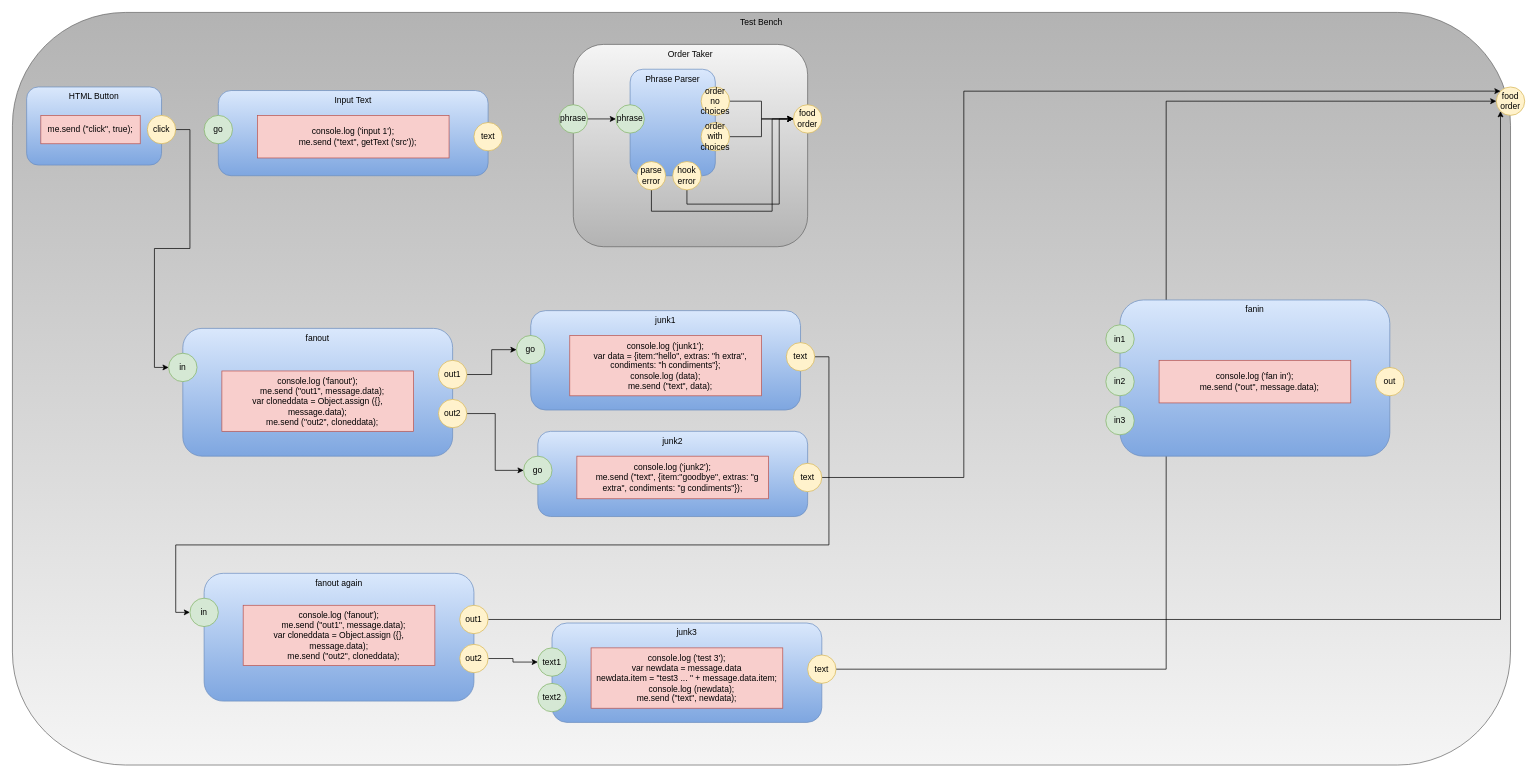
Earlier version of the draw.io diagram testbench.drawio (guitarvydas/hamburgerworkbenchD0D). Source tidied: cells renumbered, new cells numbered last; positions are measured from the earlier drawing's top-left corner, leaving out a move shared by most shapes. Both pictures are drawn from the tidied source at 71%, with x=0, y=0 at pixel (12, 12).
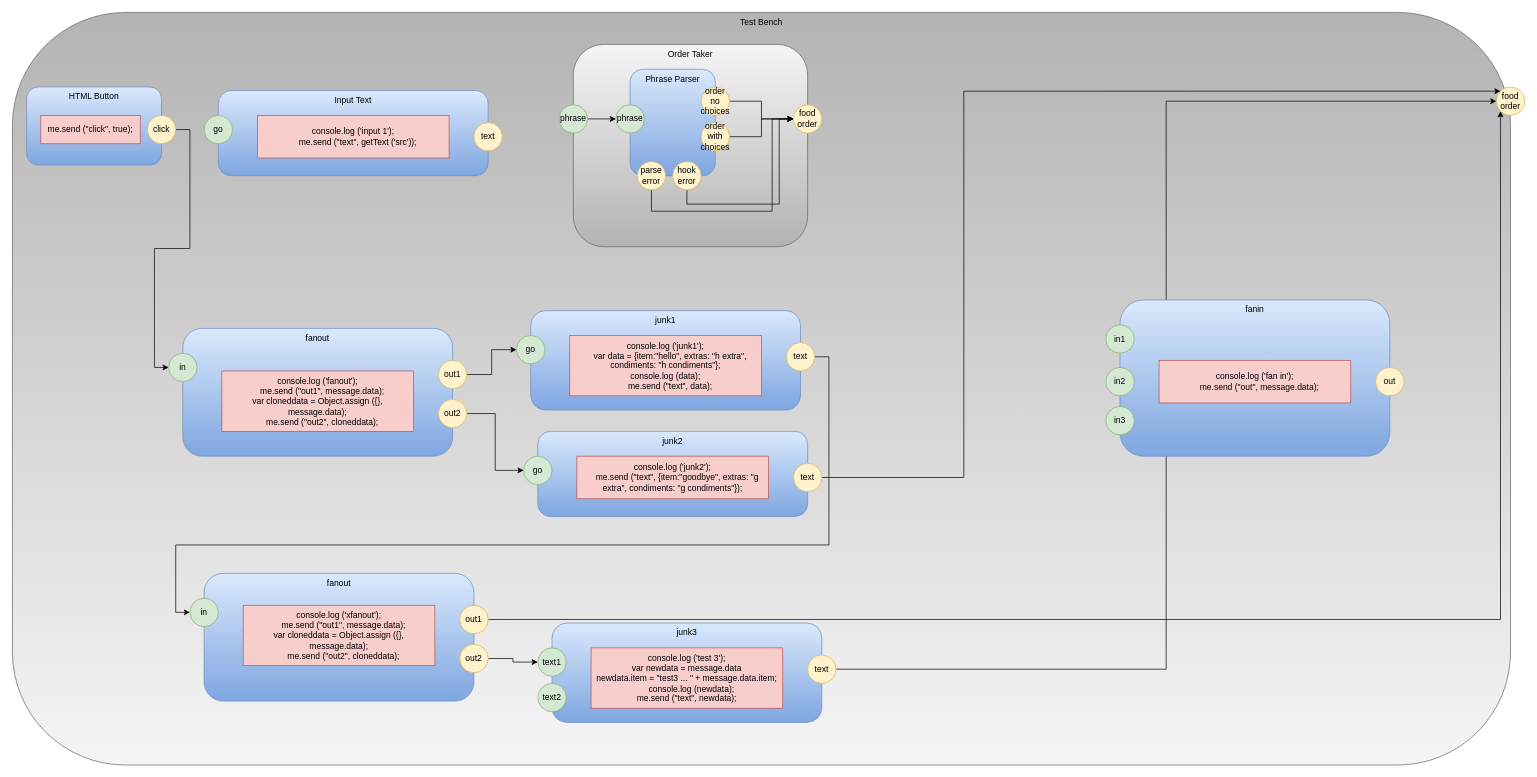
The same diagram, later.

The edit, as a diff of the source:
```diff
@@
-    <mxCell id="49" value="fanout again" style="rounded=1;whiteSpace=wrap;html=1;fillColor=#dae8fc;strokeColor=#6c8ebf;gradientColor=#7ea6e0;verticalAlign=top;" parent="1" vertex="1">
+    <mxCell id="49" value="fanout" style="rounded=1;whiteSpace=wrap;html=1;fillColor=#dae8fc;strokeColor=#6c8ebf;gradientColor=#7ea6e0;verticalAlign=top;" parent="1" vertex="1">
       <mxGeometry x="270" y="790" width="380" height="180" as="geometry" />
     </mxCell>
@@
-    <mxCell id="61" value="&lt;div&gt;console.log ('fanout');&lt;/div&gt;&lt;div&gt;&amp;nbsp; &amp;nbsp; me.send (&quot;out1&quot;, message.data);&lt;br&gt;&lt;/div&gt;&lt;div&gt;var cloneddata = Object.assign ({}, message.data);&lt;/div&gt;&lt;div&gt;&amp;nbsp; &amp;nbsp; me.send (&quot;out2&quot;, cloneddata);&lt;br&gt;&lt;/div&gt;" style="rounded=0;whiteSpace=wrap;html=1;fillColor=#f8cecc;strokeColor=#b85450;" parent="1" vertex="1">
+    <mxCell id="61" value="&lt;div&gt;console.log ('xfanout');&lt;/div&gt;&lt;div&gt;&amp;nbsp; &amp;nbsp; me.send (&quot;out1&quot;, message.data);&lt;br&gt;&lt;/div&gt;&lt;div&gt;var cloneddata = Object.assign ({}, message.data);&lt;/div&gt;&lt;div&gt;&amp;nbsp; &amp;nbsp; me.send (&quot;out2&quot;, cloneddata);&lt;br&gt;&lt;/div&gt;" style="rounded=0;whiteSpace=wrap;html=1;fillColor=#f8cecc;strokeColor=#b85450;" parent="1" vertex="1">
       <mxGeometry x="325" y="835" width="270" height="85" as="geometry" />
     </mxCell>
```
